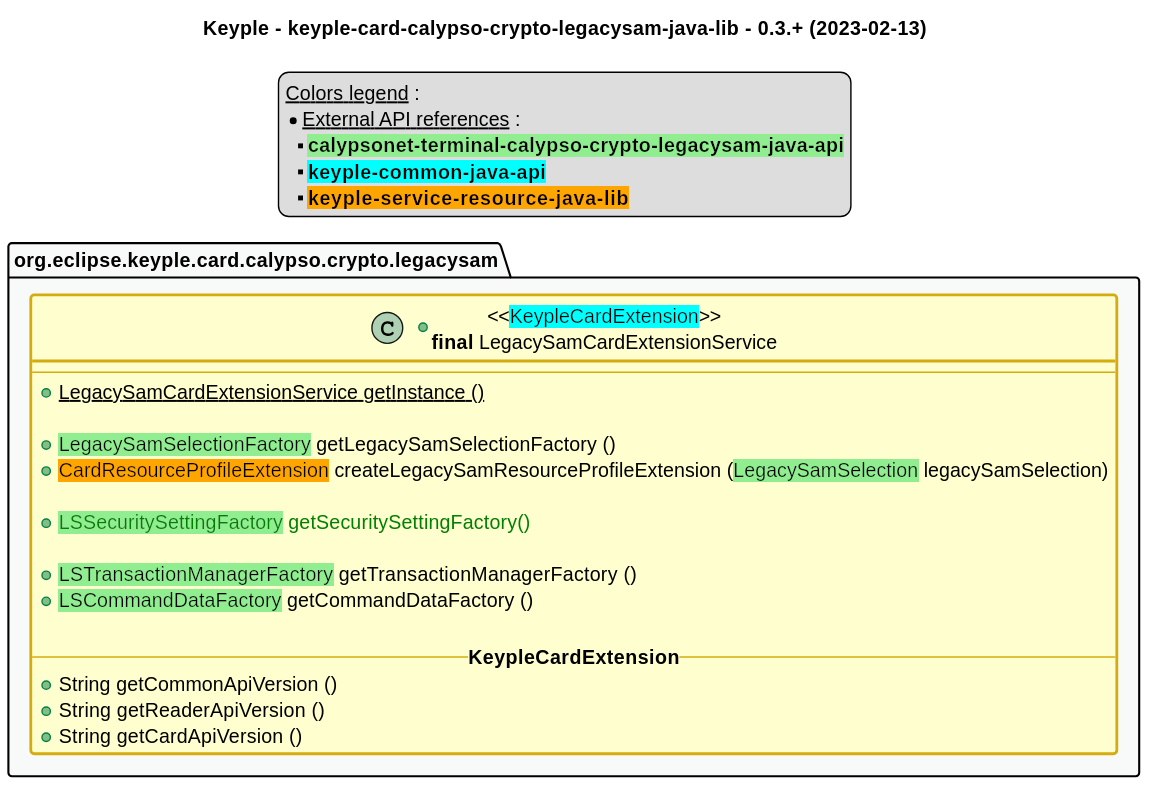
Above: src/main/uml/api_class_diagram.svg in eclipse-keyple/keyple-card-calypso-crypto-legacysam-java-lib (PlantUML), before the change.
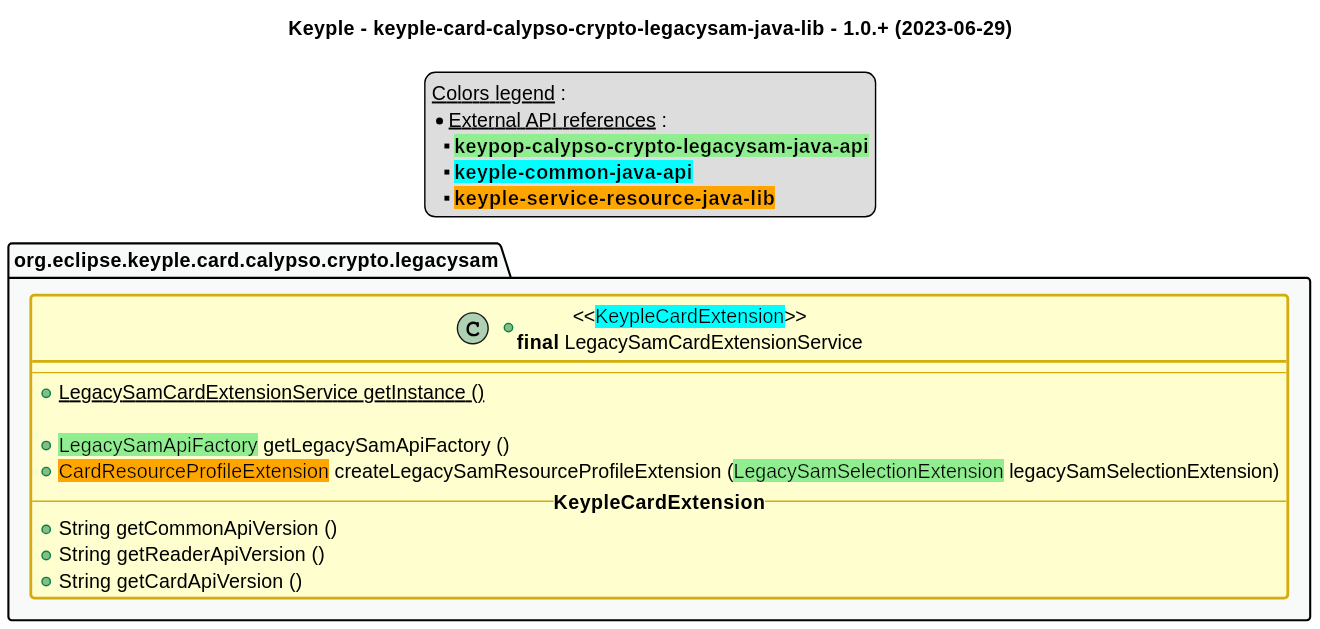
Above is the later version.

Diff of the diagram source:
```diff
@@ -1,6 +1,6 @@
 @startuml
 title
-    Keyple - keyple-card-calypso-crypto-legacysam-java-lib - 0.3.+ (2023-02-13)
+    Keyple - keyple-card-calypso-crypto-legacysam-java-lib - 1.0.+ (2023-06-29)
 end title
 
 
@@ -43,7 +43,7 @@
 legend top
     __Colors legend__ :
     * __External API references__ :
-    ** <back:lightgreen>**calypsonet-terminal-calypso-crypto-legacysam-java-api**</back>
+    ** <back:lightgreen>**keypop-calypso-crypto-legacysam-java-api**</back>
     ** <back:cyan>**keyple-common-java-api**</back>
     ** <back:orange>**keyple-service-resource-java-lib**</back>
 end legend
@@ -53,14 +53,8 @@
         --
         +{static} LegacySamCardExtensionService getInstance ()
 
-        +<back:lightgreen>LegacySamSelectionFactory</back> getLegacySamSelectionFactory ()
-        +<back:orange>CardResourceProfileExtension</back> createLegacySamResourceProfileExtension (<back:lightgreen>LegacySamSelection</back> legacySamSelection)
-
-        +<color:green><back:lightgreen>LSSecuritySettingFactory</back> getSecuritySettingFactory()
-
-        +<back:lightgreen>LSTransactionManagerFactory</back> getTransactionManagerFactory ()
-        +<back:lightgreen>LSCommandDataFactory</back> getCommandDataFactory ()
-
+        +<back:lightgreen>LegacySamApiFactory</back> getLegacySamApiFactory ()
+        +<back:orange>CardResourceProfileExtension</back> createLegacySamResourceProfileExtension (<back:lightgreen>LegacySamSelectionExtension</back> legacySamSelectionExtension)
         -- **KeypleCardExtension** --
         +String getCommonApiVersion ()
         +String getReaderApiVersion ()
```
